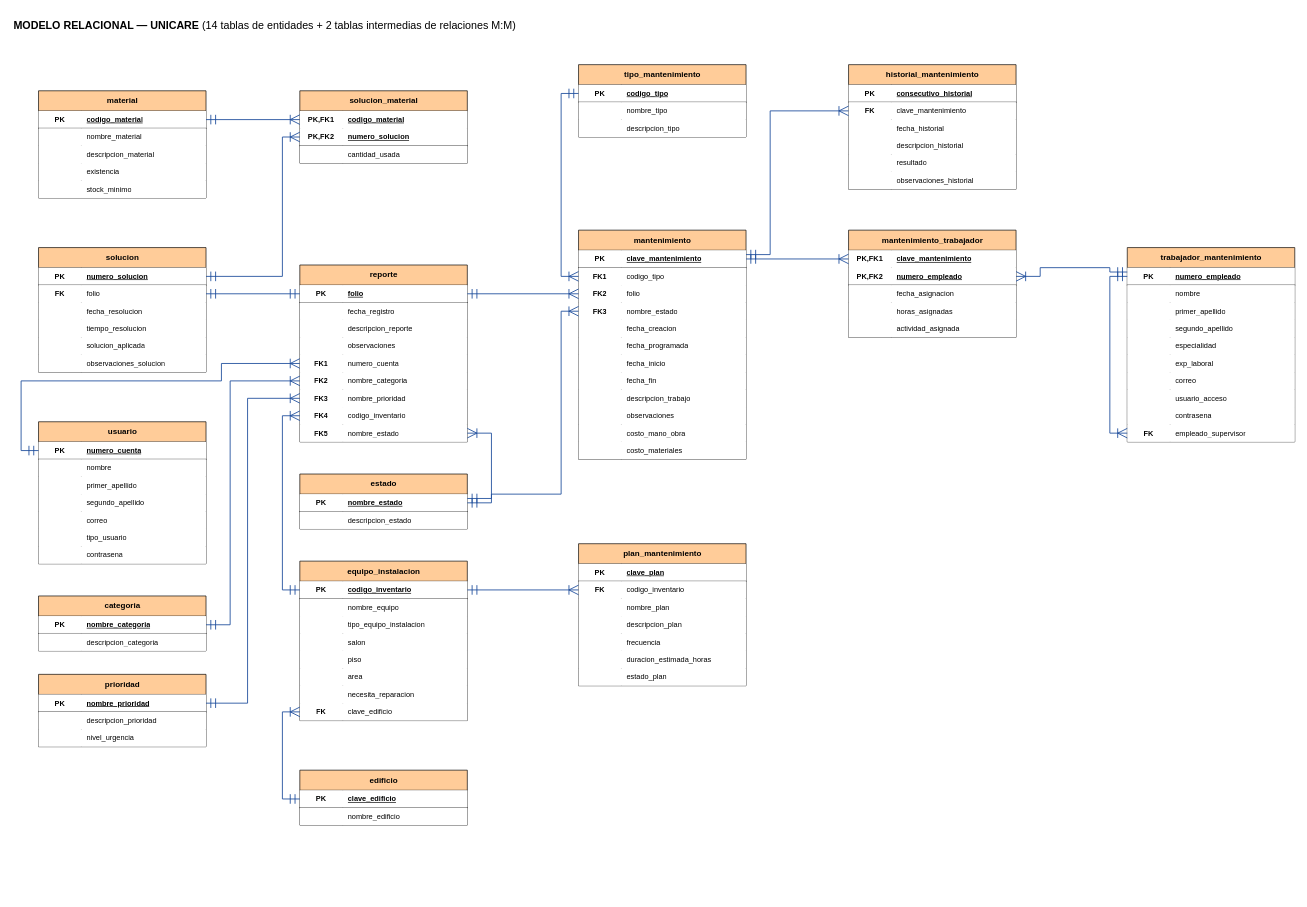
The draw.io diagram page "MR UniCare (16 tablas)" (2 of 2) of docs/UniCare_DER_MR_14_entidades.drawio in AntonioAzael/UNICARE, before the edit. Source tidied: cells renumbered, new cells numbered last; positions are measured from the earlier drawing's top-left corner, leaving out a move shared by most shapes. Both pictures are drawn from the tidied source at 67%, with x=0, y=0 at pixel (12, 11).
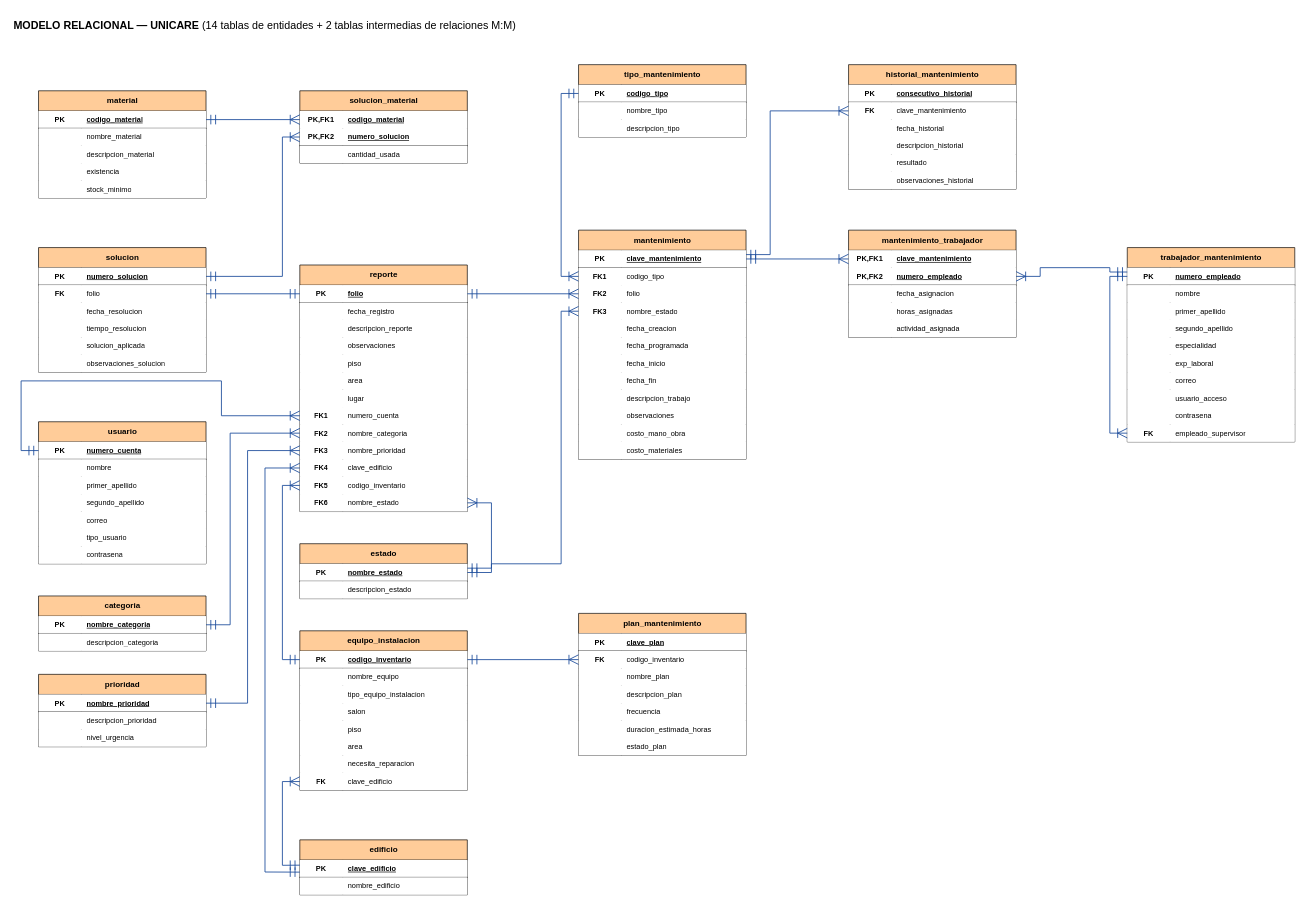
Above is the later version.

Commit message (it also covers changes not shown here):
docs: actualizar DER y MR con la ubicacion del reporte y la relacion con edificio

The change refers to these unchanged cells:
```xml
<mxCell id="39" style="shape=tableRow;horizontal=0;startSize=0;swimlaneHead=0;swimlaneBody=0;fillColor=#FFFFFF;points=[[0,0.5],[1,0.5]];portConstraint=eastwest;top=0;left=0;right=0;bottom=1;html=1;" parent="38" vertex="1">
  <mxGeometry y="30" width="250" height="26" as="geometry" />
</mxCell>
<mxCell id="61" style="shape=tableRow;horizontal=0;startSize=0;swimlaneHead=0;swimlaneBody=0;fillColor=#FFFFFF;points=[[0,0.5],[1,0.5]];portConstraint=eastwest;top=0;left=0;right=0;bottom=1;html=1;" parent="60" vertex="1">
  <mxGeometry y="30" width="250" height="26" as="geometry" />
</mxCell>
<mxCell id="68" style="shape=tableRow;horizontal=0;startSize=0;swimlaneHead=0;swimlaneBody=0;fillColor=#FFFFFF;points=[[0,0.5],[1,0.5]];portConstraint=eastwest;top=0;left=0;right=0;bottom=1;html=1;" parent="67" vertex="1">
  <mxGeometry y="30" width="250" height="26" as="geometry" />
</mxCell>
<mxCell id="116" style="shape=tableRow;horizontal=0;startSize=0;swimlaneHead=0;swimlaneBody=0;fillColor=#FFFFFF;points=[[0,0.5],[1,0.5]];portConstraint=eastwest;top=0;left=0;right=0;bottom=1;html=1;" parent="115" vertex="1">
  <mxGeometry y="30" width="250" height="26" as="geometry" />
</mxCell>
<mxCell id="123" style="shape=tableRow;horizontal=0;startSize=0;swimlaneHead=0;swimlaneBody=0;fillColor=#FFFFFF;points=[[0,0.5],[1,0.5]];portConstraint=eastwest;top=0;left=0;right=0;bottom=1;html=1;" parent="122" vertex="1">
  <mxGeometry y="30" width="250" height="26" as="geometry" />
</mxCell>
<mxCell id="144" style="shape=tableRow;horizontal=0;startSize=0;swimlaneHead=0;swimlaneBody=0;fillColor=#FFFFFF;points=[[0,0.5],[1,0.5]];portConstraint=eastwest;top=0;left=0;right=0;bottom=0;html=1;" parent="122" vertex="1">
  <mxGeometry y="212" width="250" height="26" as="geometry" />
</mxCell>
<mxCell id="148" style="shape=tableRow;horizontal=0;startSize=0;swimlaneHead=0;swimlaneBody=0;fillColor=#FFFFFF;points=[[0,0.5],[1,0.5]];portConstraint=eastwest;top=0;left=0;right=0;bottom=1;html=1;" parent="147" vertex="1">
  <mxGeometry y="30" width="250" height="26" as="geometry" />
</mxCell>
<mxCell id="174" style="shape=tableRow;horizontal=0;startSize=0;swimlaneHead=0;swimlaneBody=0;fillColor=#FFFFFF;points=[[0,0.5],[1,0.5]];portConstraint=eastwest;top=0;left=0;right=0;bottom=0;html=1;" parent="164" vertex="1">
  <mxGeometry y="108" width="250" height="26" as="geometry" />
</mxCell>
```

The edit, as a diff of the source:
```diff
@@
     <mxCell id="87" value="reporte" style="shape=table;startSize=30;childLayout=tableLayout;rowLines=0;fontStyle=1;align=center;html=1;fillColor=#FFCC99;strokeColor=#000000;fontSize=12;" parent="1" vertex="1">
-      <mxGeometry x="429" y="378" width="250" height="264" as="geometry" />
+      <mxGeometry x="429" y="378" width="250" height="368" as="geometry" />
     </mxCell>
@@
     <mxCell id="100" style="shape=tableRow;horizontal=0;startSize=0;swimlaneHead=0;swimlaneBody=0;fillColor=#FFFFFF;points=[[0,0.5],[1,0.5]];portConstraint=eastwest;top=0;left=0;right=0;bottom=0;html=1;" parent="87" vertex="1">
-      <mxGeometry y="134" width="250" height="26" as="geometry" />
+      <mxGeometry y="212" width="250" height="26" as="geometry" />
     </mxCell>
@@
     <mxCell id="103" style="shape=tableRow;horizontal=0;startSize=0;swimlaneHead=0;swimlaneBody=0;fillColor=#FFFFFF;points=[[0,0.5],[1,0.5]];portConstraint=eastwest;top=0;left=0;right=0;bottom=0;html=1;" parent="87" vertex="1">
-      <mxGeometry y="160" width="250" height="26" as="geometry" />
+      <mxGeometry y="238" width="250" height="26" as="geometry" />
     </mxCell>
@@
     <mxCell id="106" style="shape=tableRow;horizontal=0;startSize=0;swimlaneHead=0;swimlaneBody=0;fillColor=#FFFFFF;points=[[0,0.5],[1,0.5]];portConstraint=eastwest;top=0;left=0;right=0;bottom=0;html=1;" parent="87" vertex="1">
-      <mxGeometry y="186" width="250" height="26" as="geometry" />
+      <mxGeometry y="264" width="250" height="26" as="geometry" />
     </mxCell>
@@
     <mxCell id="109" style="shape=tableRow;horizontal=0;startSize=0;swimlaneHead=0;swimlaneBody=0;fillColor=#FFFFFF;points=[[0,0.5],[1,0.5]];portConstraint=eastwest;top=0;left=0;right=0;bottom=0;html=1;" parent="87" vertex="1">
-      <mxGeometry y="212" width="250" height="26" as="geometry" />
+      <mxGeometry y="316" width="250" height="26" as="geometry" />
     </mxCell>
-    <mxCell id="110" value="FK4" style="shape=partialRectangle;fillColor=none;top=0;left=0;bottom=0;right=0;fontStyle=1;overflow=hidden;html=1;fontSize=11;" parent="109" vertex="1">
+    <mxCell id="110" value="FK5" style="shape=partialRectangle;fillColor=none;top=0;left=0;bottom=0;right=0;fontStyle=1;overflow=hidden;html=1;fontSize=11;" parent="109" vertex="1">
       <mxGeometry width="64" height="26" as="geometry" />
     </mxCell>
@@
     <mxCell id="112" style="shape=tableRow;horizontal=0;startSize=0;swimlaneHead=0;swimlaneBody=0;fillColor=#FFFFFF;points=[[0,0.5],[1,0.5]];portConstraint=eastwest;top=0;left=0;right=0;bottom=0;html=1;" parent="87" vertex="1">
-      <mxGeometry y="238" width="250" height="26" as="geometry" />
+      <mxGeometry y="342" width="250" height="26" as="geometry" />
     </mxCell>
-    <mxCell id="113" value="FK5" style="shape=partialRectangle;fillColor=none;top=0;left=0;bottom=0;right=0;fontStyle=1;overflow=hidden;html=1;fontSize=11;" parent="112" vertex="1">
+    <mxCell id="113" value="FK6" style="shape=partialRectangle;fillColor=none;top=0;left=0;bottom=0;right=0;fontStyle=1;overflow=hidden;html=1;fontSize=11;" parent="112" vertex="1">
       <mxGeometry width="64" height="26" as="geometry" />
     </mxCell>
@@
     <mxCell id="115" value="estado" style="shape=table;startSize=30;childLayout=tableLayout;rowLines=0;fontStyle=1;align=center;html=1;fillColor=#FFCC99;strokeColor=#000000;fontSize=12;" parent="1" vertex="1">
-      <mxGeometry x="429" y="690" width="250" height="82" as="geometry" />
+      <mxGeometry x="429" y="794" width="250" height="82" as="geometry" />
     </mxCell>
@@
     <mxCell id="122" value="equipo_instalacion" style="shape=table;startSize=30;childLayout=tableLayout;rowLines=0;fontStyle=1;align=center;html=1;fillColor=#FFCC99;strokeColor=#000000;fontSize=12;" parent="1" vertex="1">
-      <mxGeometry x="429" y="820" width="250" height="238" as="geometry" />
+      <mxGeometry x="429" y="924" width="250" height="238" as="geometry" />
     </mxCell>
@@
     <mxCell id="147" value="edificio" style="shape=table;startSize=30;childLayout=tableLayout;rowLines=0;fontStyle=1;align=center;html=1;fillColor=#FFCC99;strokeColor=#000000;fontSize=12;" parent="1" vertex="1">
-      <mxGeometry x="429" y="1132" width="250" height="82" as="geometry" />
+      <mxGeometry x="429" y="1236" width="250" height="82" as="geometry" />
     </mxCell>
@@
     <mxCell id="201" value="plan_mantenimiento" style="shape=table;startSize=30;childLayout=tableLayout;rowLines=0;fontStyle=1;align=center;html=1;fillColor=#FFCC99;strokeColor=#000000;fontSize=12;" parent="1" vertex="1">
-      <mxGeometry x="845" y="794" width="250" height="212" as="geometry" />
+      <mxGeometry x="845" y="898" width="250" height="212" as="geometry" />
     </mxCell>
@@
     <mxCell id="289" style="edgeStyle=none;rounded=0;html=1;jumpStyle=arc;jumpSize=10;strokeColor=#1F4E9C;strokeWidth=1.3;startArrow=ERoneToMany;endArrow=ERmandOne;startFill=0;endFill=0;startSize=12;endSize=12;exitX=0;exitY=0.5;exitDx=0;exitDy=0;exitPerimeter=0;entryX=0;entryY=0.5;entryDx=0;entryDy=0;entryPerimeter=0;" parent="1" edge="1" source="109" target="123">
       <mxGeometry relative="1" as="geometry">
         <Array as="points">
-          <mxPoint x="403" y="603" />
-          <mxPoint x="403" y="863" />
+          <mxPoint x="403" y="707" />
+          <mxPoint x="403" y="967" />
         </Array>
       </mxGeometry>
     </mxCell>
     <mxCell id="290" style="edgeStyle=none;rounded=0;html=1;jumpStyle=arc;jumpSize=10;strokeColor=#1F4E9C;strokeWidth=1.3;startArrow=ERoneToMany;endArrow=ERmandOne;startFill=0;endFill=0;startSize=12;endSize=12;exitX=0;exitY=0.5;exitDx=0;exitDy=0;exitPerimeter=0;entryX=1;entryY=0.5;entryDx=0;entryDy=0;entryPerimeter=0;" parent="1" edge="1" source="103" target="61">
       <mxGeometry relative="1" as="geometry">
         <Array as="points">
-          <mxPoint x="325" y="551" />
+          <mxPoint x="325" y="629" />
           <mxPoint x="325" y="915" />
         </Array>
       </mxGeometry>
     </mxCell>
@@
     <mxCell id="293" style="edgeStyle=none;rounded=0;html=1;jumpStyle=arc;jumpSize=10;strokeColor=#1F4E9C;strokeWidth=1.3;startArrow=ERoneToMany;endArrow=ERmandOne;startFill=0;endFill=0;startSize=12;endSize=12;exitX=1;exitY=0.5;exitDx=0;exitDy=0;exitPerimeter=0;entryX=1;entryY=0.5;entryDx=0;entryDy=0;entryPerimeter=0;" parent="1" edge="1" source="112" target="116">
       <mxGeometry relative="1" as="geometry">
         <Array as="points">
-          <mxPoint x="715" y="629" />
           <mxPoint x="715" y="733" />
+          <mxPoint x="715" y="837" />
         </Array>
       </mxGeometry>
     </mxCell>
@@
-    <mxCell id="298" style="edgeStyle=none;rounded=0;html=1;jumpStyle=arc;jumpSize=10;strokeColor=#1F4E9C;strokeWidth=1.3;startArrow=ERoneToMany;endArrow=ERmandOne;startFill=0;endFill=0;startSize=12;endSize=12;exitX=0;exitY=0.5;exitDx=0;exitDy=0;exitPerimeter=0;entryX=0;entryY=0.5;entryDx=0;entryDy=0;entryPerimeter=0;" parent="1" edge="1" source="144" target="148">
+    <mxCell id="298" style="edgeStyle=none;rounded=0;html=1;jumpStyle=arc;jumpSize=10;strokeColor=#1F4E9C;strokeWidth=1.3;startArrow=ERoneToMany;endArrow=ERmandOne;startFill=0;endFill=0;startSize=12;endSize=12;exitX=0;exitY=0.5;exitDx=0;exitDy=0;exitPerimeter=0;entryX=0;entryY=0.3;entryDx=0;entryDy=0;entryPerimeter=0;" parent="1" edge="1" source="144" target="148">
       <mxGeometry relative="1" as="geometry">
         <Array as="points">
-          <mxPoint x="403" y="1045" />
-          <mxPoint x="403" y="1175" />
+          <mxPoint x="403" y="1149" />
+          <mxPoint x="403" y="1274" />
         </Array>
       </mxGeometry>
     </mxCell>
     <mxCell id="299" style="edgeStyle=none;rounded=0;html=1;jumpStyle=arc;jumpSize=10;strokeColor=#1F4E9C;strokeWidth=1.3;startArrow=ERoneToMany;endArrow=ERmandOne;startFill=0;endFill=0;startSize=12;endSize=12;exitX=0;exitY=0.5;exitDx=0;exitDy=0;exitPerimeter=0;entryX=1;entryY=0.25;entryDx=0;entryDy=0;entryPerimeter=0;" parent="1" edge="1" source="174" target="116">
       <mxGeometry relative="1" as="geometry">
         <Array as="points">
           <mxPoint x="819" y="447" />
-          <mxPoint x="819" y="720" />
-          <mxPoint x="715" y="720" />
-          <mxPoint x="715" y="726.5" />
+          <mxPoint x="819" y="824" />
+          <mxPoint x="715" y="824" />
+          <mxPoint x="715" y="830.5" />
         </Array>
       </mxGeometry>
     </mxCell>
     <mxCell id="300" style="edgeStyle=none;rounded=0;html=1;jumpStyle=arc;jumpSize=10;strokeColor=#1F4E9C;strokeWidth=1.3;startArrow=ERoneToMany;endArrow=ERmandOne;startFill=0;endFill=0;startSize=12;endSize=12;exitX=0;exitY=0.5;exitDx=0;exitDy=0;exitPerimeter=0;entryX=1;entryY=0.5;entryDx=0;entryDy=0;entryPerimeter=0;" parent="1" edge="1" source="106" target="68">
       <mxGeometry relative="1" as="geometry">
         <Array as="points">
-          <mxPoint x="351" y="577" />
+          <mxPoint x="351" y="655" />
           <mxPoint x="351" y="1032" />
         </Array>
       </mxGeometry>
     </mxCell>
@@
     <mxCell id="302" style="edgeStyle=none;rounded=0;html=1;jumpStyle=arc;jumpSize=10;strokeColor=#1F4E9C;strokeWidth=1.3;startArrow=ERoneToMany;endArrow=ERmandOne;startFill=0;endFill=0;startSize=12;endSize=12;exitX=0;exitY=0.5;exitDx=0;exitDy=0;exitPerimeter=0;entryX=0;entryY=0.5;entryDx=0;entryDy=0;entryPerimeter=0;" parent="1" edge="1" source="100" target="39">
       <mxGeometry relative="1" as="geometry">
         <Array as="points">
-          <mxPoint x="312" y="525" />
+          <mxPoint x="312" y="603" />
           <mxPoint x="312" y="551" />
           <mxPoint x="13" y="551" />
           <mxPoint x="13" y="655" />
         </Array>
       </mxGeometry>
     </mxCell>
@@
+    <mxCell id="306" style="shape=tableRow;horizontal=0;startSize=0;swimlaneHead=0;swimlaneBody=0;fillColor=#FFFFFF;top=0;left=0;right=0;bottom=0;html=1;" parent="87" vertex="1">
+      <mxGeometry y="134" width="250" height="26" as="geometry" />
+    </mxCell>
+    <mxCell id="307" style="shape=partialRectangle;fillColor=none;top=0;left=0;bottom=0;right=0;fontStyle=1;overflow=hidden;html=1;fontSize=11;" parent="306" vertex="1">
+      <mxGeometry width="64" height="26" as="geometry" />
+    </mxCell>
+    <mxCell id="308" value="piso" style="shape=partialRectangle;fillColor=none;top=0;left=0;bottom=0;right=0;align=left;spacingLeft=6;fontStyle=0;overflow=hidden;html=1;fontSize=11;" parent="306" vertex="1">
+      <mxGeometry x="64" width="186" height="26" as="geometry" />
+    </mxCell>
+    <mxCell id="309" style="shape=tableRow;horizontal=0;startSize=0;swimlaneHead=0;swimlaneBody=0;fillColor=#FFFFFF;top=0;left=0;right=0;bottom=0;html=1;" parent="87" vertex="1">
+      <mxGeometry y="160" width="250" height="26" as="geometry" />
+    </mxCell>
+    <mxCell id="310" style="shape=partialRectangle;fillColor=none;top=0;left=0;bottom=0;right=0;fontStyle=1;overflow=hidden;html=1;fontSize=11;" parent="309" vertex="1">
+      <mxGeometry width="64" height="26" as="geometry" />
+    </mxCell>
+    <mxCell id="311" value="area" style="shape=partialRectangle;fillColor=none;top=0;left=0;bottom=0;right=0;align=left;spacingLeft=6;fontStyle=0;overflow=hidden;html=1;fontSize=11;" parent="309" vertex="1">
+      <mxGeometry x="64" width="186" height="26" as="geometry" />
+    </mxCell>
+    <mxCell id="312" style="shape=tableRow;horizontal=0;startSize=0;swimlaneHead=0;swimlaneBody=0;fillColor=#FFFFFF;top=0;left=0;right=0;bottom=0;html=1;" parent="87" vertex="1">
+      <mxGeometry y="186" width="250" height="26" as="geometry" />
+    </mxCell>
+    <mxCell id="313" style="shape=partialRectangle;fillColor=none;top=0;left=0;bottom=0;right=0;fontStyle=1;overflow=hidden;html=1;fontSize=11;" parent="312" vertex="1">
+      <mxGeometry width="64" height="26" as="geometry" />
+    </mxCell>
+    <mxCell id="314" value="lugar" style="shape=partialRectangle;fillColor=none;top=0;left=0;bottom=0;right=0;align=left;spacingLeft=6;fontStyle=0;overflow=hidden;html=1;fontSize=11;" parent="312" vertex="1">
+      <mxGeometry x="64" width="186" height="26" as="geometry" />
+    </mxCell>
+    <mxCell id="315" style="shape=tableRow;horizontal=0;startSize=0;swimlaneHead=0;swimlaneBody=0;fillColor=#FFFFFF;points=[[0,0.5],[1,0.5]];portConstraint=eastwest;top=0;left=0;right=0;bottom=0;html=1;" parent="87" vertex="1">
+      <mxGeometry y="290" width="250" height="26" as="geometry" />
+    </mxCell>
+    <mxCell id="316" value="FK4" style="shape=partialRectangle;fillColor=none;top=0;left=0;bottom=0;right=0;fontStyle=1;overflow=hidden;html=1;fontSize=11;" parent="315" vertex="1">
+      <mxGeometry width="64" height="26" as="geometry" />
+    </mxCell>
+    <mxCell id="317" value="clave_edificio" style="shape=partialRectangle;fillColor=none;top=0;left=0;bottom=0;right=0;align=left;spacingLeft=6;fontStyle=0;overflow=hidden;html=1;fontSize=11;" parent="315" vertex="1">
+      <mxGeometry x="64" width="186" height="26" as="geometry" />
+    </mxCell>
+    <mxCell id="318" style="edgeStyle=none;rounded=0;html=1;jumpStyle=arc;jumpSize=10;strokeColor=#1F4E9C;strokeWidth=1.3;startArrow=ERoneToMany;endArrow=ERmandOne;startFill=0;endFill=0;startSize=12;endSize=12;exitX=0;exitY=0.5;exitDx=0;exitDy=0;exitPerimeter=0;entryX=0;entryY=0.7;entryDx=0;entryDy=0;entryPerimeter=0;" parent="1" edge="1" source="315" target="148">
+      <mxGeometry relative="1" as="geometry">
+        <Array as="points">
+          <mxPoint x="377" y="681" />
+          <mxPoint x="377" y="1284" />
+        </Array>
+      </mxGeometry>
+    </mxCell>
```
